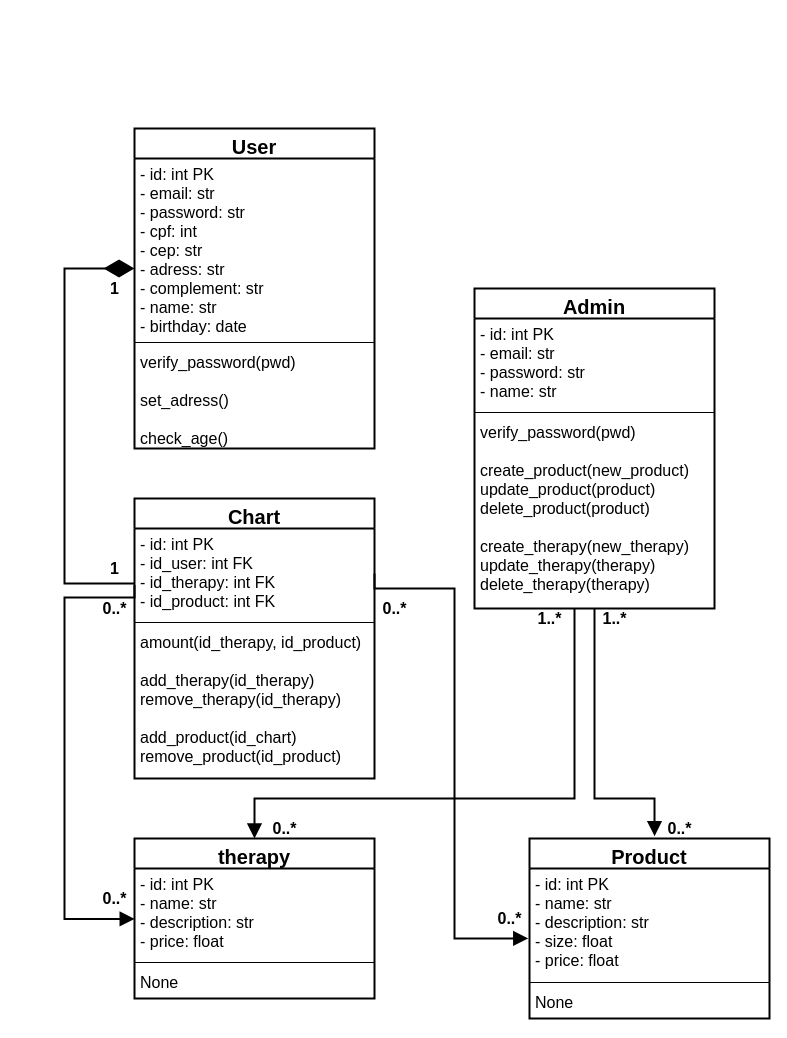
terrotar/OPE keeps this draw.io diagram as back-end/Documents/UML.drawio. Above is the earlier version. Source tidied: cells renumbered, new cells numbered last; positions are measured from the earlier drawing's top-left corner, leaving out a move shared by most shapes. Both pictures are drawn from the tidied source at 100%, with x=0, y=0 at pixel (64, 128).
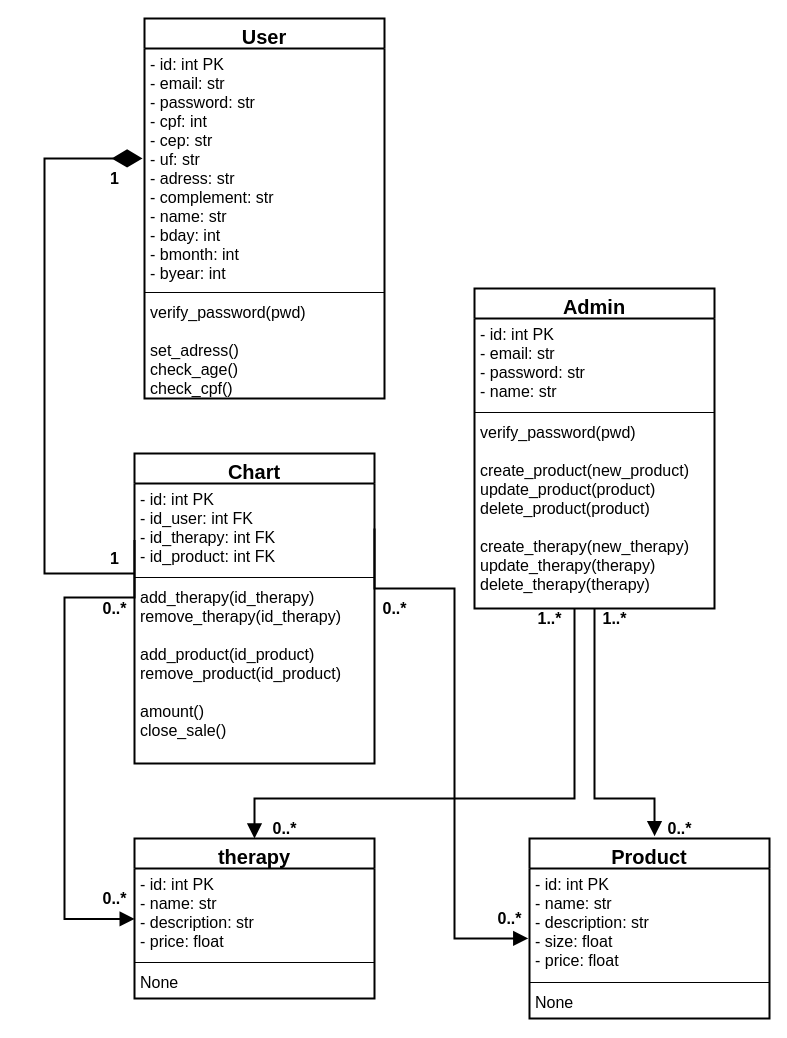
Above is the later version.

Unchanged cells that the change refers to:
```xml
<mxCell id="21" value="- id: int PK&#10;- id_user: int FK&#10;- id_therapy: int FK&#10;- id_product: int FK" style="text;strokeColor=none;fillColor=none;align=left;verticalAlign=top;spacingLeft=4;spacingRight=4;overflow=hidden;points=[[0,0.5],[1,0.5]];portConstraint=eastwest;fontSize=16;" parent="20" vertex="1">
  <mxGeometry y="30" width="240" height="90" as="geometry" />
</mxCell>
```

The edit, as a diff of the source:
```diff
@@
     <mxCell id="2" value="User" style="swimlane;fontStyle=1;align=center;verticalAlign=top;horizontal=1;startSize=30;strokeWidth=2;fontSize=20;" parent="1" vertex="1">
-      <mxGeometry x="70" width="240" height="320" as="geometry" />
+      <mxGeometry x="80" y="-110" width="240" height="380" as="geometry" />
     </mxCell>
-    <mxCell id="3" value="- id: int PK&#10;- email: str&#10;- password: str&#10;- cpf: int&#10;- cep: str&#10;- adress: str&#10;- complement: str&#10;- name: str&#10;- birthday: date" style="text;strokeColor=none;fillColor=none;align=left;verticalAlign=top;spacingLeft=4;spacingRight=4;overflow=hidden;points=[[0,0.5],[1,0.5]];portConstraint=eastwest;fontSize=16;" parent="2" vertex="1">
-      <mxGeometry y="30" width="240" height="180" as="geometry" />
+    <mxCell id="3" value="- id: int PK&#10;- email: str&#10;- password: str&#10;- cpf: int&#10;- cep: str&#10;- uf: str&#10;- adress: str&#10;- complement: str&#10;- name: str&#10;- bday: int&#10;- bmonth: int&#10;- byear: int" style="text;strokeColor=none;fillColor=none;align=left;verticalAlign=top;spacingLeft=4;spacingRight=4;overflow=hidden;points=[[0,0.5],[1,0.5]];portConstraint=eastwest;fontSize=16;" parent="2" vertex="1">
+      <mxGeometry y="30" width="240" height="240" as="geometry" />
     </mxCell>
     <mxCell id="4" style="line;strokeWidth=1;fillColor=none;align=left;verticalAlign=middle;spacingTop=-1;spacingLeft=3;spacingRight=3;labelPosition=right;" parent="2" vertex="1">
-      <mxGeometry y="210" width="240" height="8" as="geometry" />
+      <mxGeometry y="270" width="240" height="8" as="geometry" />
     </mxCell>
-    <mxCell id="5" value="verify_password(pwd)&#10;&#10;set_adress()&#10;&#10;check_age()" style="text;strokeColor=none;fillColor=none;align=left;verticalAlign=top;spacingLeft=4;spacingRight=4;overflow=hidden;fontSize=16;" parent="2" vertex="1">
-      <mxGeometry y="218" width="240" height="102" as="geometry" />
+    <mxCell id="5" value="verify_password(pwd)&#10;&#10;set_adress()&#10;check_age()&#10;check_cpf()" style="text;strokeColor=none;fillColor=none;align=left;verticalAlign=top;spacingLeft=4;spacingRight=4;overflow=hidden;fontSize=16;" parent="2" vertex="1">
+      <mxGeometry y="278" width="240" height="102" as="geometry" />
     </mxCell>
@@
     <mxCell id="20" value="Chart" style="swimlane;fontStyle=1;align=center;verticalAlign=top;horizontal=1;startSize=30;strokeWidth=2;fontSize=20;" parent="1" vertex="1">
-      <mxGeometry x="70" y="370" width="240" height="280" as="geometry" />
+      <mxGeometry x="70" y="325" width="240" height="310" as="geometry" />
     </mxCell>
@@
-    <mxCell id="23" value="amount(id_therapy, id_product)&#10;&#10;add_therapy(id_therapy)&#10;remove_therapy(id_therapy)&#10;&#10;add_product(id_chart)&#10;remove_product(id_product)" style="text;strokeColor=none;fillColor=none;align=left;verticalAlign=top;spacingLeft=4;spacingRight=4;overflow=hidden;fontSize=16;" parent="20" vertex="1">
-      <mxGeometry y="128" width="240" height="152" as="geometry" />
+    <mxCell id="23" value="add_therapy(id_therapy)&#10;remove_therapy(id_therapy)&#10;&#10;add_product(id_product)&#10;remove_product(id_product)&#10;&#10;amount()&#10;close_sale()" style="text;strokeColor=none;fillColor=none;align=left;verticalAlign=top;spacingLeft=4;spacingRight=4;overflow=hidden;fontSize=16;" parent="20" vertex="1">
+      <mxGeometry y="128" width="240" height="182" as="geometry" />
     </mxCell>
-    <mxCell id="24" style="edgeStyle=orthogonalEdgeStyle;rounded=0;jettySize=auto;html=1;entryX=0;entryY=0.611;entryDx=0;entryDy=0;entryPerimeter=0;strokeWidth=2;endSize=25;endArrow=diamondThin;endFill=1;" parent="1" edge="1" source="21" target="3">
+    <mxCell id="24" style="edgeStyle=orthogonalEdgeStyle;rounded=0;jettySize=auto;html=1;strokeWidth=2;endSize=25;endArrow=diamondThin;endFill=1;entryX=-0.008;entryY=0.458;entryDx=0;entryDy=0;entryPerimeter=0;" parent="1" edge="1" source="21" target="3">
       <mxGeometry relative="1" as="geometry">
         <Array as="points">
-          <mxPoint y="455" />
-          <mxPoint y="140" />
+          <mxPoint x="-20" y="445" />
+          <mxPoint x="-20" y="30" />
         </Array>
       </mxGeometry>
     </mxCell>
@@
     <mxCell id="27" value="1" style="text;html=1;align=center;verticalAlign=middle;fontStyle=1;fontSize=16;" parent="1" vertex="1">
-      <mxGeometry x="40" y="150" width="20" height="20" as="geometry" />
+      <mxGeometry x="40" y="40" width="20" height="20" as="geometry" />
     </mxCell>
     <mxCell id="28" value="1" style="text;html=1;align=center;verticalAlign=middle;fontStyle=1;fontSize=16;" parent="1" vertex="1">
-      <mxGeometry x="40" y="430" width="20" height="20" as="geometry" />
+      <mxGeometry x="40" y="420" width="20" height="20" as="geometry" />
     </mxCell>
```
